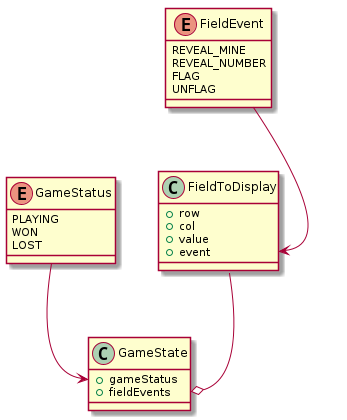
Above: UMLs/GameState.png in jk438520/team777-minesweeper (PlantUML), before the change. Its source is kept beside it as UMLs/GameState.iuml. Its diagram source:
```plantuml
@startuml

class GameState{
    +gameStatus
    +fieldEvents
}

enum FieldEvent{
    REVEAL_MINE
    REVEAL_NUMBER
    FLAG
    UNFLAG
}

enum GameStatus{
    PLAYING
    WON
    LOST
}

class FieldToDisplay{
    +row
    +col
    +value
    +event
}


GameStatus --> GameState::gameStatus
FieldEvent --> FieldToDisplay::event
FieldToDisplay --o GameState::fieldEvents
@enduml
```
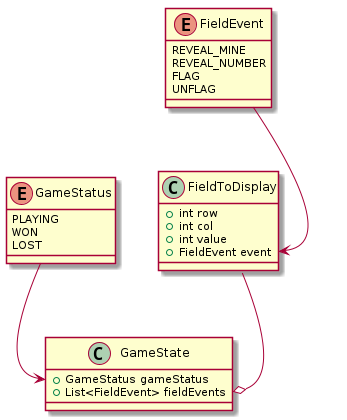
After the commit.

The edit, as a diff of the source:
```diff
@@ -1,8 +1,8 @@
 @startuml
 
 class GameState{
-    +gameStatus
-    +fieldEvents
+    +GameStatus gameStatus
+    +List<FieldEvent> fieldEvents
 }
 
 enum FieldEvent{
@@ -19,10 +19,10 @@
 }
 
 class FieldToDisplay{
-    +row
-    +col
-    +value
-    +event
+    +int row
+    +int col
+    +int value
+    +FieldEvent event
 }
 
 
```
